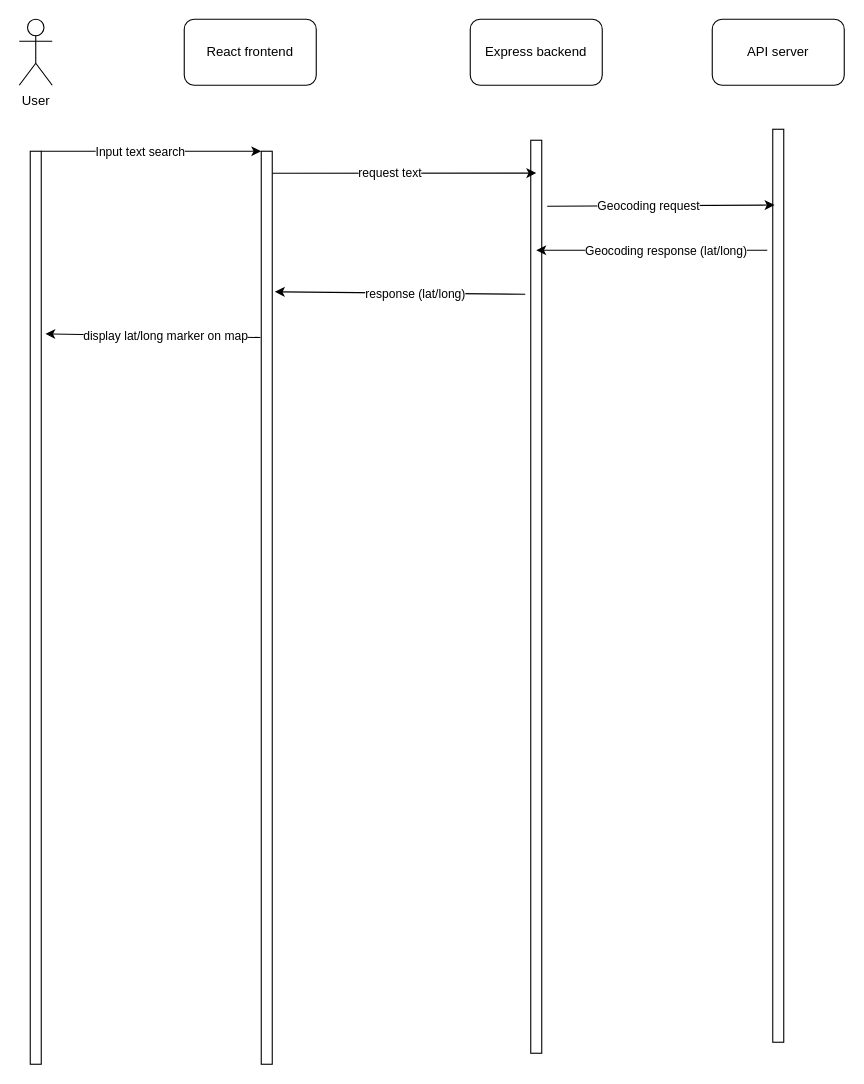
Before: sequence_diagram.drawio in zyteo/LighTide, a draw.io diagram. Source tidied: cells renumbered, new cells numbered last; positions are measured from the earlier drawing's top-left corner, leaving out a move shared by most shapes. Both pictures are drawn from the tidied source at 110%, with x=0, y=0 at pixel (19, 19).
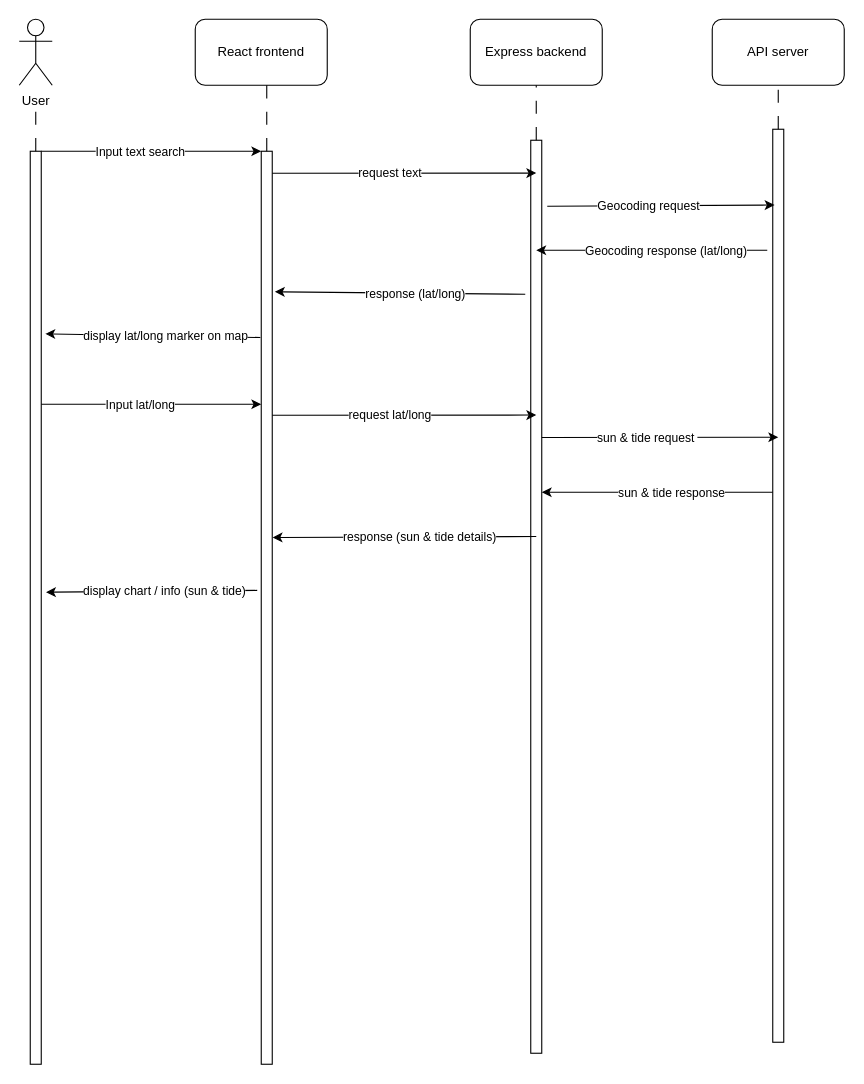
The same page after the edit.

Commit message (it also covers changes not shown here):
added first draft of sequence diagram

Unchanged cells that the change refers to:
```xml
<mxCell id="4" value="Express backend" style="rounded=1;whiteSpace=wrap;html=1;" parent="1" vertex="1">
  <mxGeometry x="410" width="120" height="60" as="geometry" />
</mxCell>
<mxCell id="5" value="API server" style="rounded=1;whiteSpace=wrap;html=1;" parent="1" vertex="1">
  <mxGeometry x="630" width="120" height="60" as="geometry" />
</mxCell>
<mxCell id="6" style="rounded=0;whiteSpace=wrap;html=1;" parent="1" vertex="1">
  <mxGeometry x="10" y="120" width="10" height="830" as="geometry" />
</mxCell>
<mxCell id="7" style="rounded=0;whiteSpace=wrap;html=1;" parent="1" vertex="1">
  <mxGeometry x="220" y="120" width="10" height="830" as="geometry" />
</mxCell>
<mxCell id="8" style="rounded=0;whiteSpace=wrap;html=1;" parent="1" vertex="1">
  <mxGeometry x="465" y="110" width="10" height="830" as="geometry" />
</mxCell>
<mxCell id="9" style="rounded=0;whiteSpace=wrap;html=1;" parent="1" vertex="1">
  <mxGeometry x="685" y="100" width="10" height="830" as="geometry" />
</mxCell>
```

What changed in the source:
```diff
@@
-<mxGraphModel>
+<mxGraphModel background="#FFFFFF">
@@
     <mxCell id="3" value="React frontend" style="rounded=1;whiteSpace=wrap;html=1;" parent="1" vertex="1">
-      <mxGeometry x="150" width="120" height="60" as="geometry" />
+      <mxGeometry x="160" width="120" height="60" as="geometry" />
     </mxCell>
@@
+    <mxCell id="22" style="endArrow=classic;html=1;exitX=1;exitY=0;exitDx=0;exitDy=0;entryX=0;entryY=0;entryDx=0;entryDy=0;" parent="1" edge="1">
+      <mxGeometry relative="1" as="geometry">
+        <mxPoint x="20" y="350" as="sourcePoint" />
+        <mxPoint x="220" y="350" as="targetPoint" />
+      </mxGeometry>
+    </mxCell>
+    <mxCell id="23" value="Input lat/long" style="edgeLabel;html=1;align=center;verticalAlign=middle;" parent="22" vertex="1">
+      <mxGeometry x="-0.11" relative="1" as="geometry" />
+    </mxCell>
+    <mxCell id="24" style="endArrow=classic;html=1;exitX=1;exitY=0;exitDx=0;exitDy=0;entryX=0.5;entryY=0.301;entryDx=0;entryDy=0;entryPerimeter=0;" parent="1" edge="1" target="8">
+      <mxGeometry relative="1" as="geometry">
+        <mxPoint x="230" y="360" as="sourcePoint" />
+      </mxGeometry>
+    </mxCell>
+    <mxCell id="25" value="request lat/long" style="edgeLabel;html=1;align=center;verticalAlign=middle;" parent="24" vertex="1">
+      <mxGeometry x="-0.11" relative="1" as="geometry" />
+    </mxCell>
+    <mxCell id="26" style="endArrow=classic;html=1;exitX=1;exitY=0;exitDx=0;exitDy=0;" parent="1" edge="1">
+      <mxGeometry relative="1" as="geometry">
+        <mxPoint x="475" y="380.2" as="sourcePoint" />
+        <mxPoint x="690" y="380" as="targetPoint" />
+      </mxGeometry>
+    </mxCell>
+    <mxCell id="27" value="sun &amp;amp; tide request&amp;nbsp;" style="edgeLabel;html=1;align=center;verticalAlign=middle;" parent="26" vertex="1">
+      <mxGeometry x="-0.11" relative="1" as="geometry" />
+    </mxCell>
+    <mxCell id="28" style="endArrow=classic;html=1;" parent="1" edge="1">
+      <mxGeometry relative="1" as="geometry">
+        <mxPoint x="685" y="430" as="sourcePoint" />
+        <mxPoint x="475" y="430" as="targetPoint" />
+      </mxGeometry>
+    </mxCell>
+    <mxCell id="29" value="sun &amp;amp; tide response" style="edgeLabel;html=1;align=center;verticalAlign=middle;" parent="28" vertex="1">
+      <mxGeometry x="-0.11" relative="1" as="geometry" />
+    </mxCell>
+    <mxCell id="30" style="endArrow=classic;html=1;entryX=1.033;entryY=0.423;entryDx=0;entryDy=0;entryPerimeter=0;exitX=0.5;exitY=0.434;exitDx=0;exitDy=0;exitPerimeter=0;" parent="1" edge="1" source="8" target="7">
+      <mxGeometry relative="1" as="geometry" />
+    </mxCell>
+    <mxCell id="31" value="response (sun &amp;amp; tide details)" style="edgeLabel;html=1;align=center;verticalAlign=middle;" parent="30" vertex="1">
+      <mxGeometry x="-0.11" relative="1" as="geometry" />
+    </mxCell>
+    <mxCell id="32" style="endArrow=classic;html=1;entryX=1.433;entryY=0.483;entryDx=0;entryDy=0;entryPerimeter=0;exitX=-0.367;exitY=0.481;exitDx=0;exitDy=0;exitPerimeter=0;" parent="1" edge="1" source="7" target="6">
+      <mxGeometry relative="1" as="geometry" />
+    </mxCell>
+    <mxCell id="33" value="display chart / info (sun &amp;amp; tide)" style="edgeLabel;html=1;align=center;verticalAlign=middle;" parent="32" vertex="1">
+      <mxGeometry x="-0.11" relative="1" as="geometry" />
+    </mxCell>
+    <mxCell id="34" style="endArrow=none;dashed=1;html=1;exitX=0.5;exitY=0;exitDx=0;exitDy=0;dashPattern=12 12;" parent="1" edge="1" source="7">
+      <mxGeometry relative="1" as="geometry">
+        <mxPoint x="225" y="60" as="targetPoint" />
+      </mxGeometry>
+    </mxCell>
+    <mxCell id="35" style="endArrow=none;dashed=1;html=1;exitX=0.5;exitY=0;exitDx=0;exitDy=0;dashPattern=12 12;entryX=0.5;entryY=1;entryDx=0;entryDy=0;" parent="1" edge="1" source="8" target="4">
+      <mxGeometry relative="1" as="geometry" />
+    </mxCell>
+    <mxCell id="36" style="endArrow=none;dashed=1;html=1;exitX=0.5;exitY=0;exitDx=0;exitDy=0;dashPattern=12 12;entryX=0.5;entryY=1;entryDx=0;entryDy=0;" parent="1" edge="1" source="9" target="5">
+      <mxGeometry relative="1" as="geometry" />
+    </mxCell>
+    <mxCell id="37" style="endArrow=none;dashed=1;html=1;exitX=0.5;exitY=0;exitDx=0;exitDy=0;dashPattern=12 12;" parent="1" edge="1" source="6">
+      <mxGeometry relative="1" as="geometry">
+        <mxPoint x="15" y="80" as="targetPoint" />
+      </mxGeometry>
+    </mxCell>
```
